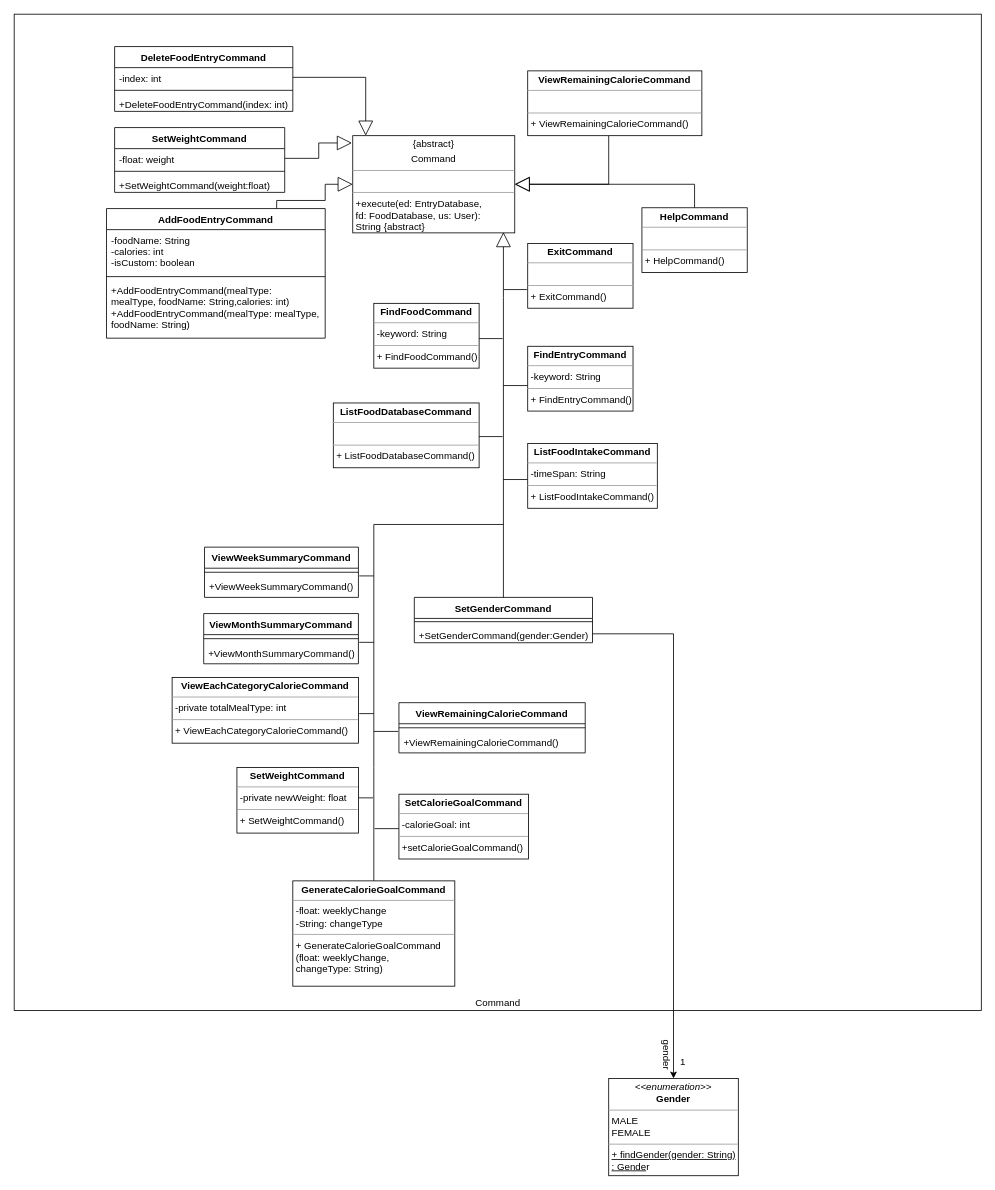
praj-bellakka/tp keeps this draw.io diagram as docs/diagrams-DG/command class diagram.drawio. Above is the earlier version. Source tidied: cells renumbered, new cells numbered last; positions are measured from the earlier drawing's top-left corner, leaving out a move shared by most shapes. Both pictures are drawn from the tidied source at 81%, with x=0, y=0 at pixel (14, 14).
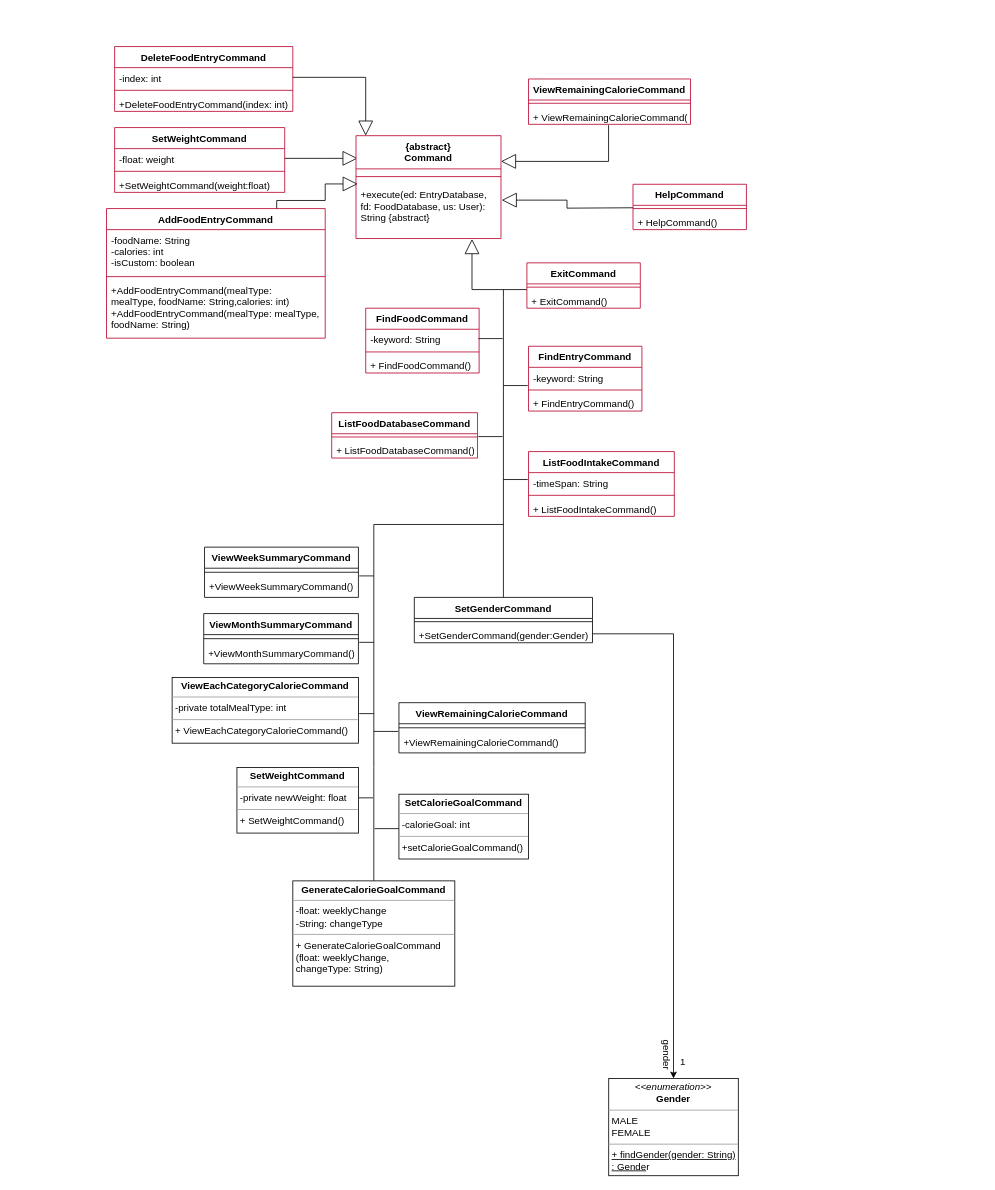
The same diagram, later.

The change refers to these unchanged cells:
```xml
<mxCell id="9" value="-index: int" style="text;strokeColor=none;fillColor=none;align=left;verticalAlign=top;spacingLeft=4;spacingRight=4;overflow=hidden;points=[[0,0.5],[1,0.5]];portConstraint=eastwest;" parent="8" vertex="1">
  <mxGeometry y="26" width="220" height="24" as="geometry" />
</mxCell>
<mxCell id="13" value="-float: weight" style="text;strokeColor=none;fillColor=none;align=left;verticalAlign=top;spacingLeft=4;spacingRight=4;overflow=hidden;points=[[0,0.5],[1,0.5]];portConstraint=eastwest;" parent="12" vertex="1">
  <mxGeometry y="26" width="210" height="24" as="geometry" />
</mxCell>
```

What changed in the source:
```diff
@@
-    <mxCell id="2" value="Command" style="html=1;verticalAlign=bottom;" parent="1" vertex="1">
-      <mxGeometry width="1194" height="1230" as="geometry" />
-    </mxCell>
-    <mxCell id="3" value="&lt;p style=&quot;margin: 0px ; margin-top: 4px ; text-align: center&quot;&gt;{abstract}&lt;/p&gt;&lt;p style=&quot;margin: 0px ; margin-top: 4px ; text-align: center&quot;&gt;Command&lt;/p&gt;&lt;hr size=&quot;1&quot;&gt;&lt;p style=&quot;margin: 0px ; margin-left: 4px&quot;&gt;&lt;br&gt;&lt;/p&gt;&lt;hr size=&quot;1&quot;&gt;&lt;p style=&quot;margin: 0px ; margin-left: 4px&quot;&gt;+execute(ed: EntryDatabase,&amp;nbsp;&lt;/p&gt;&lt;p style=&quot;margin: 0px ; margin-left: 4px&quot;&gt;&lt;span&gt;fd: FoodDatabase, us: User):&amp;nbsp;&lt;/span&gt;&lt;/p&gt;&lt;p style=&quot;margin: 0px ; margin-left: 4px&quot;&gt;&lt;span&gt;String {abstract}&amp;nbsp;&lt;/span&gt;&lt;/p&gt;" style="verticalAlign=top;align=left;overflow=fill;fontSize=12;fontFamily=Helvetica;html=1;" parent="1" vertex="1">
-      <mxGeometry x="418" y="150" width="200" height="120" as="geometry" />
-    </mxCell>
-    <mxCell id="4" value="AddFoodEntryCommand" style="swimlane;fontStyle=1;align=center;verticalAlign=top;horizontal=1;startSize=26;" parent="1" vertex="1">
+    <mxCell id="4" value="AddFoodEntryCommand" style="swimlane;fontStyle=1;align=center;verticalAlign=top;horizontal=1;startSize=26;strokeColor=#B9002B;" parent="1" vertex="1">
       <mxGeometry x="114" y="240" width="270" height="160" as="geometry" />
     </mxCell>
@@
-    <mxCell id="6" style="line;strokeWidth=1;fillColor=none;align=left;verticalAlign=middle;spacingTop=-1;spacingLeft=3;spacingRight=3;labelPosition=right;" parent="4" vertex="1">
+    <mxCell id="6" style="line;strokeWidth=1;fillColor=none;align=left;verticalAlign=middle;spacingTop=-1;spacingLeft=3;spacingRight=3;labelPosition=right;strokeColor=#B9002B;" parent="4" vertex="1">
       <mxGeometry y="80" width="270" height="8" as="geometry" />
     </mxCell>
@@
-    <mxCell id="8" value="DeleteFoodEntryCommand" style="swimlane;fontStyle=1;align=center;verticalAlign=top;horizontal=1;startSize=26;" parent="1" vertex="1">
+    <mxCell id="8" value="DeleteFoodEntryCommand" style="swimlane;fontStyle=1;align=center;verticalAlign=top;horizontal=1;startSize=26;strokeColor=#B9002B;" parent="1" vertex="1">
       <mxGeometry x="124" y="40" width="220" height="80" as="geometry" />
     </mxCell>
@@
-    <mxCell id="10" style="line;strokeWidth=1;fillColor=none;align=left;verticalAlign=middle;spacingTop=-1;spacingLeft=3;spacingRight=3;labelPosition=right;" parent="8" vertex="1">
+    <mxCell id="10" style="line;strokeWidth=1;fillColor=none;align=left;verticalAlign=middle;spacingTop=-1;spacingLeft=3;spacingRight=3;labelPosition=right;strokeColor=#B9002B;" parent="8" vertex="1">
       <mxGeometry y="50" width="220" height="8" as="geometry" />
     </mxCell>
@@
-    <mxCell id="12" value="SetWeightCommand" style="swimlane;fontStyle=1;align=center;verticalAlign=top;horizontal=1;startSize=26;" parent="1" vertex="1">
+    <mxCell id="12" value="SetWeightCommand" style="swimlane;fontStyle=1;align=center;verticalAlign=top;horizontal=1;startSize=26;strokeColor=#B9002B;" parent="1" vertex="1">
       <mxGeometry x="124" y="140" width="210" height="80" as="geometry" />
     </mxCell>
@@
-    <mxCell id="14" style="line;strokeWidth=1;fillColor=none;align=left;verticalAlign=middle;spacingTop=-1;spacingLeft=3;spacingRight=3;labelPosition=right;" parent="12" vertex="1">
+    <mxCell id="14" style="line;strokeWidth=1;fillColor=none;align=left;verticalAlign=middle;spacingTop=-1;spacingLeft=3;spacingRight=3;labelPosition=right;strokeColor=#B9002B;" parent="12" vertex="1">
       <mxGeometry y="50" width="210" height="8" as="geometry" />
     </mxCell>
@@
-    <mxCell id="20" style="endArrow=block;endSize=16;endFill=0;html=1;rounded=0;edgeStyle=orthogonalEdgeStyle;entryX=1;entryY=0.5;entryDx=0;entryDy=0;" parent="1" edge="1" target="3">
+    <mxCell id="20" style="endArrow=block;endSize=16;endFill=0;html=1;rounded=0;edgeStyle=orthogonalEdgeStyle;entryX=1;entryY=0.25;entryDx=0;entryDy=0;exitX=0.494;exitY=1.045;exitDx=0;exitDy=0;exitPerimeter=0;" parent="1" edge="1" source="66" target="61">
       <mxGeometry x="0.17" y="55" relative="1" as="geometry">
-        <mxPoint x="734" y="150" as="sourcePoint" />
         <Array as="points">
-          <mxPoint x="734" y="150" />
-          <mxPoint x="734" y="210" />
+          <mxPoint x="734" y="182" />
         </Array>
         <mxPoint x="38" y="-15" as="offset" />
       </mxGeometry>
     </mxCell>
-    <mxCell id="21" style="endArrow=block;endSize=16;endFill=0;html=1;rounded=0;edgeStyle=orthogonalEdgeStyle;" parent="1" edge="1">
+    <mxCell id="21" style="endArrow=block;endSize=16;endFill=0;html=1;rounded=0;edgeStyle=orthogonalEdgeStyle;entryX=0.8;entryY=1.009;entryDx=0;entryDy=0;entryPerimeter=0;" parent="1" edge="1" target="63">
       <mxGeometry x="0.07" y="-70" relative="1" as="geometry">
         <mxPoint x="633" y="340" as="sourcePoint" />
-        <mxPoint x="604" y="269" as="targetPoint" />
         <Array as="points">
-          <mxPoint x="633" y="340" />
-          <mxPoint x="604" y="340" />
+          <mxPoint x="565" y="340" />
         </Array>
       </mxGeometry>
     </mxCell>
-    <mxCell id="22" style="endArrow=block;endSize=16;endFill=0;html=1;rounded=0;edgeStyle=orthogonalEdgeStyle;exitX=0.5;exitY=0;exitDx=0;exitDy=0;entryX=1;entryY=0.5;entryDx=0;entryDy=0;" parent="1" edge="1" source="50" target="3">
-      <mxGeometry x="-0.81" y="-20" relative="1" as="geometry" />
+    <mxCell id="22" style="endArrow=block;endSize=16;endFill=0;html=1;rounded=0;edgeStyle=orthogonalEdgeStyle;entryX=1.005;entryY=0.292;entryDx=0;entryDy=0;entryPerimeter=0;" parent="1" edge="1" target="63">
+      <mxGeometry x="-0.81" y="-20" relative="1" as="geometry">
+        <mxPoint x="764" y="239" as="sourcePoint" />
+      </mxGeometry>
     </mxCell>
-    <mxCell id="23" style="endArrow=block;endSize=16;endFill=0;html=1;rounded=0;edgeStyle=orthogonalEdgeStyle;exitX=1;exitY=0.5;exitDx=0;exitDy=0;" parent="1" edge="1" source="9" target="3">
+    <mxCell id="23" style="endArrow=block;endSize=16;endFill=0;html=1;rounded=0;edgeStyle=orthogonalEdgeStyle;exitX=1;exitY=0.5;exitDx=0;exitDy=0;" parent="1" edge="1" source="9">
       <mxGeometry relative="1" as="geometry">
+        <mxPoint x="434" y="150" as="targetPoint" />
         <Array as="points">
           <mxPoint x="434" y="78" />
         </Array>
       </mxGeometry>
     </mxCell>
-    <mxCell id="24" style="endArrow=block;endSize=16;endFill=0;html=1;rounded=0;edgeStyle=orthogonalEdgeStyle;exitX=1;exitY=0.5;exitDx=0;exitDy=0;entryX=-0.005;entryY=0.075;entryDx=0;entryDy=0;entryPerimeter=0;" parent="1" edge="1" source="13" target="3">
-      <mxGeometry x="-0.07" y="8" relative="1" as="geometry" />
+    <mxCell id="24" style="endArrow=block;endSize=16;endFill=0;html=1;rounded=0;edgeStyle=orthogonalEdgeStyle;exitX=1;exitY=0.5;exitDx=0;exitDy=0;" parent="1" edge="1" source="13">
+      <mxGeometry x="-0.07" y="8" relative="1" as="geometry">
+        <mxPoint x="424" y="178" as="targetPoint" />
+      </mxGeometry>
     </mxCell>
-    <mxCell id="25" style="endArrow=block;endSize=16;endFill=0;html=1;rounded=0;edgeStyle=orthogonalEdgeStyle;exitX=0.778;exitY=0;exitDx=0;exitDy=0;exitPerimeter=0;entryX=0;entryY=0.5;entryDx=0;entryDy=0;" parent="1" edge="1" source="4" target="3">
+    <mxCell id="25" style="endArrow=block;endSize=16;endFill=0;html=1;rounded=0;edgeStyle=orthogonalEdgeStyle;exitX=0.778;exitY=0;exitDx=0;exitDy=0;exitPerimeter=0;entryX=0.012;entryY=-0.006;entryDx=0;entryDy=0;entryPerimeter=0;" parent="1" edge="1" source="4" target="63">
       <mxGeometry relative="1" as="geometry">
         <Array as="points">
           <mxPoint x="324" y="230" />
           <mxPoint x="384" y="230" />
           <mxPoint x="384" y="210" />
         </Array>
       </mxGeometry>
     </mxCell>
@@
-    <mxCell id="50" value="&lt;p style=&quot;margin: 0px ; margin-top: 4px ; text-align: center&quot;&gt;&lt;b&gt;HelpCommand&lt;/b&gt;&lt;/p&gt;&lt;hr size=&quot;1&quot;&gt;&lt;p style=&quot;margin: 0px ; margin-left: 4px&quot;&gt;&lt;br&gt;&lt;/p&gt;&lt;hr size=&quot;1&quot;&gt;&lt;p style=&quot;margin: 0px ; margin-left: 4px&quot;&gt;+ HelpCommand()&lt;/p&gt;" style="verticalAlign=top;align=left;overflow=fill;fontSize=12;fontFamily=Helvetica;html=1;" parent="1" vertex="1">
-      <mxGeometry x="775" y="239" width="130" height="80" as="geometry" />
-    </mxCell>
-    <mxCell id="51" value="&lt;p style=&quot;margin: 0px ; margin-top: 4px ; text-align: center&quot;&gt;&lt;b&gt;ExitCommand&lt;/b&gt;&lt;/p&gt;&lt;hr size=&quot;1&quot;&gt;&lt;p style=&quot;margin: 0px ; margin-left: 4px&quot;&gt;&lt;br&gt;&lt;/p&gt;&lt;hr size=&quot;1&quot;&gt;&lt;p style=&quot;margin: 0px ; margin-left: 4px&quot;&gt;+ ExitCommand()&lt;/p&gt;" style="verticalAlign=top;align=left;overflow=fill;fontSize=12;fontFamily=Helvetica;html=1;" parent="1" vertex="1">
-      <mxGeometry x="634" y="283" width="130" height="80" as="geometry" />
-    </mxCell>
-    <mxCell id="52" value="&lt;p style=&quot;margin: 0px ; margin-top: 4px ; text-align: center&quot;&gt;&lt;b&gt;FindFoodCommand&lt;/b&gt;&lt;/p&gt;&lt;hr size=&quot;1&quot;&gt;&lt;p style=&quot;margin: 0px ; margin-left: 4px&quot;&gt;-keyword: String&lt;br&gt;&lt;/p&gt;&lt;hr size=&quot;1&quot;&gt;&lt;p style=&quot;margin: 0px ; margin-left: 4px&quot;&gt;+ FindFoodCommand()&lt;/p&gt;" style="verticalAlign=top;align=left;overflow=fill;fontSize=12;fontFamily=Helvetica;html=1;" parent="1" vertex="1">
-      <mxGeometry x="444" y="357" width="130" height="80" as="geometry" />
-    </mxCell>
-    <mxCell id="53" value="&lt;p style=&quot;margin: 0px ; margin-top: 4px ; text-align: center&quot;&gt;&lt;b&gt;FindEntryCommand&lt;/b&gt;&lt;/p&gt;&lt;hr size=&quot;1&quot;&gt;&lt;p style=&quot;margin: 0px ; margin-left: 4px&quot;&gt;-keyword: String&lt;br&gt;&lt;/p&gt;&lt;hr size=&quot;1&quot;&gt;&lt;p style=&quot;margin: 0px ; margin-left: 4px&quot;&gt;+ FindEntryCommand()&lt;/p&gt;" style="verticalAlign=top;align=left;overflow=fill;fontSize=12;fontFamily=Helvetica;html=1;" parent="1" vertex="1">
-      <mxGeometry x="634" y="410" width="130" height="80" as="geometry" />
-    </mxCell>
-    <mxCell id="54" value="&lt;p style=&quot;margin: 0px ; margin-top: 4px ; text-align: center&quot;&gt;&lt;span style=&quot;font-weight: 700&quot;&gt;ListFoodDatabaseCommand&lt;/span&gt;&lt;br&gt;&lt;/p&gt;&lt;hr size=&quot;1&quot;&gt;&lt;p style=&quot;margin: 0px ; margin-left: 4px&quot;&gt;&lt;br&gt;&lt;/p&gt;&lt;hr size=&quot;1&quot;&gt;&lt;p style=&quot;margin: 0px ; margin-left: 4px&quot;&gt;+ ListFoodDatabaseCommand()&lt;/p&gt;" style="verticalAlign=top;align=left;overflow=fill;fontSize=12;fontFamily=Helvetica;html=1;" parent="1" vertex="1">
-      <mxGeometry x="394" y="480" width="180" height="80" as="geometry" />
-    </mxCell>
-    <mxCell id="55" value="&lt;p style=&quot;margin: 0px ; margin-top: 4px ; text-align: center&quot;&gt;&lt;span style=&quot;font-weight: 700&quot;&gt;ListFoodIntakeCommand&lt;/span&gt;&lt;br&gt;&lt;/p&gt;&lt;hr size=&quot;1&quot;&gt;&lt;p style=&quot;margin: 0px ; margin-left: 4px&quot;&gt;-timeSpan: String&lt;br&gt;&lt;/p&gt;&lt;hr size=&quot;1&quot;&gt;&lt;p style=&quot;margin: 0px ; margin-left: 4px&quot;&gt;+ ListFoodIntakeCommand()&lt;/p&gt;" style="verticalAlign=top;align=left;overflow=fill;fontSize=12;fontFamily=Helvetica;html=1;" parent="1" vertex="1">
-      <mxGeometry x="634" y="530" width="160" height="80" as="geometry" />
-    </mxCell>
@@
-    <mxCell id="57" value="&lt;p style=&quot;margin: 0px ; margin-top: 4px ; text-align: center&quot;&gt;&lt;span style=&quot;font-weight: 700&quot;&gt;ViewRemainingCalorieCommand&lt;/span&gt;&lt;br&gt;&lt;/p&gt;&lt;hr size=&quot;1&quot;&gt;&lt;p style=&quot;margin: 0px ; margin-left: 4px&quot;&gt;&lt;br&gt;&lt;/p&gt;&lt;hr size=&quot;1&quot;&gt;&lt;p style=&quot;margin: 0px ; margin-left: 4px&quot;&gt;+ ViewRemainingCalorieCommand()&lt;/p&gt;" style="verticalAlign=top;align=left;overflow=fill;fontSize=12;fontFamily=Helvetica;html=1;" parent="1" vertex="1">
-      <mxGeometry x="634" y="70" width="215" height="80" as="geometry" />
-    </mxCell>
@@
+    <mxCell id="61" value="{abstract}&#10;Command" style="swimlane;fontStyle=1;align=center;verticalAlign=top;horizontal=1;startSize=41;strokeColor=#B9002B;" parent="1" vertex="1">
+      <mxGeometry x="422" y="150" width="179" height="127" as="geometry" />
+    </mxCell>
+    <mxCell id="62" style="line;strokeWidth=1;fillColor=none;align=left;verticalAlign=middle;spacingTop=-1;spacingLeft=3;spacingRight=3;labelPosition=right;strokeColor=#B9002B;" parent="61" vertex="1">
+      <mxGeometry y="41" width="179" height="19" as="geometry" />
+    </mxCell>
+    <mxCell id="63" value="+execute(ed: EntryDatabase, &#10;fd: FoodDatabase, us: User): &#10;String {abstract} " style="text;strokeColor=none;fillColor=none;align=left;verticalAlign=top;spacingLeft=4;spacingRight=4;overflow=hidden;points=[[0,0.5],[1,0.5]];portConstraint=eastwest;" parent="61" vertex="1">
+      <mxGeometry y="60" width="179" height="67" as="geometry" />
+    </mxCell>
+    <mxCell id="64" value="ViewRemainingCalorieCommand" style="swimlane;fontStyle=1;align=center;verticalAlign=top;horizontal=1;startSize=26;strokeColor=#B9002B;" parent="1" vertex="1">
+      <mxGeometry x="635" y="80" width="200" height="56" as="geometry" />
+    </mxCell>
+    <mxCell id="65" style="line;strokeWidth=1;fillColor=none;align=left;verticalAlign=middle;spacingTop=-1;spacingLeft=3;spacingRight=3;labelPosition=right;strokeColor=#B9002B;" parent="64" vertex="1">
+      <mxGeometry y="26" width="200" height="8" as="geometry" />
+    </mxCell>
+    <mxCell id="66" value="+ ViewRemainingCalorieCommand()" style="text;strokeColor=none;fillColor=none;align=left;verticalAlign=top;spacingLeft=4;spacingRight=4;overflow=hidden;points=[[0,0.5],[1,0.5]];portConstraint=eastwest;" parent="64" vertex="1">
+      <mxGeometry y="34" width="200" height="22" as="geometry" />
+    </mxCell>
+    <mxCell id="67" value="FindFoodCommand" style="swimlane;fontStyle=1;align=center;verticalAlign=top;horizontal=1;startSize=26;strokeColor=#B9002B;" parent="1" vertex="1">
+      <mxGeometry x="434" y="363" width="140" height="80" as="geometry" />
+    </mxCell>
+    <mxCell id="68" value="-keyword: String" style="text;strokeColor=none;fillColor=none;align=left;verticalAlign=top;spacingLeft=4;spacingRight=4;overflow=hidden;" parent="67" vertex="1">
+      <mxGeometry y="26" width="140" height="24" as="geometry" />
+    </mxCell>
+    <mxCell id="69" style="line;strokeWidth=1;fillColor=none;align=left;verticalAlign=middle;spacingTop=-1;spacingLeft=3;spacingRight=3;labelPosition=right;strokeColor=#B9002B;" parent="67" vertex="1">
+      <mxGeometry y="50" width="140" height="8" as="geometry" />
+    </mxCell>
+    <mxCell id="70" value="+ FindFoodCommand()" style="text;strokeColor=none;fillColor=none;align=left;verticalAlign=top;spacingLeft=4;spacingRight=4;overflow=hidden;" parent="67" vertex="1">
+      <mxGeometry y="58" width="140" height="22" as="geometry" />
+    </mxCell>
+    <mxCell id="71" value="HelpCommand" style="swimlane;fontStyle=1;align=center;verticalAlign=top;horizontal=1;startSize=26;strokeColor=#B9002B;" parent="1" vertex="1">
+      <mxGeometry x="764" y="210" width="140" height="56" as="geometry" />
+    </mxCell>
+    <mxCell id="72" style="line;strokeWidth=1;fillColor=none;align=left;verticalAlign=middle;spacingTop=-1;spacingLeft=3;spacingRight=3;labelPosition=right;strokeColor=#B9002B;" parent="71" vertex="1">
+      <mxGeometry y="26" width="140" height="8" as="geometry" />
+    </mxCell>
+    <mxCell id="73" value="+ HelpCommand()" style="text;strokeColor=none;fillColor=none;align=left;verticalAlign=top;spacingLeft=4;spacingRight=4;overflow=hidden;" parent="71" vertex="1">
+      <mxGeometry y="34" width="140" height="22" as="geometry" />
+    </mxCell>
+    <mxCell id="74" value="ExitCommand" style="swimlane;fontStyle=1;align=center;verticalAlign=top;horizontal=1;startSize=26;strokeColor=#B9002B;" parent="1" vertex="1">
+      <mxGeometry x="633" y="307" width="140" height="56" as="geometry" />
+    </mxCell>
+    <mxCell id="75" style="line;strokeWidth=1;fillColor=none;align=left;verticalAlign=middle;spacingTop=-1;spacingLeft=3;spacingRight=3;labelPosition=right;strokeColor=#B9002B;" parent="74" vertex="1">
+      <mxGeometry y="26" width="140" height="8" as="geometry" />
+    </mxCell>
+    <mxCell id="76" value="+ ExitCommand()" style="text;strokeColor=none;fillColor=none;align=left;verticalAlign=top;spacingLeft=4;spacingRight=4;overflow=hidden;" parent="74" vertex="1">
+      <mxGeometry y="34" width="140" height="22" as="geometry" />
+    </mxCell>
+    <mxCell id="77" value="FindEntryCommand" style="swimlane;fontStyle=1;align=center;verticalAlign=top;horizontal=1;startSize=26;strokeColor=#B9002B;" parent="1" vertex="1">
+      <mxGeometry x="635" y="410" width="140" height="80" as="geometry" />
+    </mxCell>
+    <mxCell id="78" value="-keyword: String" style="text;strokeColor=none;fillColor=none;align=left;verticalAlign=top;spacingLeft=4;spacingRight=4;overflow=hidden;" parent="77" vertex="1">
+      <mxGeometry y="26" width="140" height="24" as="geometry" />
+    </mxCell>
+    <mxCell id="79" style="line;strokeWidth=1;fillColor=none;align=left;verticalAlign=middle;spacingTop=-1;spacingLeft=3;spacingRight=3;labelPosition=right;strokeColor=#B9002B;" parent="77" vertex="1">
+      <mxGeometry y="50" width="140" height="8" as="geometry" />
+    </mxCell>
+    <mxCell id="80" value="+ FindEntryCommand()" style="text;strokeColor=none;fillColor=none;align=left;verticalAlign=top;spacingLeft=4;spacingRight=4;overflow=hidden;" parent="77" vertex="1">
+      <mxGeometry y="58" width="140" height="22" as="geometry" />
+    </mxCell>
+    <mxCell id="81" value="ListFoodIntakeCommand" style="swimlane;fontStyle=1;align=center;verticalAlign=top;horizontal=1;startSize=26;strokeColor=#B9002B;" parent="1" vertex="1">
+      <mxGeometry x="635" y="540" width="180" height="80" as="geometry" />
+    </mxCell>
+    <mxCell id="82" value="-timeSpan: String" style="text;strokeColor=none;fillColor=none;align=left;verticalAlign=top;spacingLeft=4;spacingRight=4;overflow=hidden;" parent="81" vertex="1">
+      <mxGeometry y="26" width="180" height="24" as="geometry" />
+    </mxCell>
+    <mxCell id="83" style="line;strokeWidth=1;fillColor=none;align=left;verticalAlign=middle;spacingTop=-1;spacingLeft=3;spacingRight=3;labelPosition=right;strokeColor=#B9002B;" parent="81" vertex="1">
+      <mxGeometry y="50" width="180" height="8" as="geometry" />
+    </mxCell>
+    <mxCell id="84" value="+ ListFoodIntakeCommand()" style="text;strokeColor=none;fillColor=none;align=left;verticalAlign=top;spacingLeft=4;spacingRight=4;overflow=hidden;" parent="81" vertex="1">
+      <mxGeometry y="58" width="180" height="22" as="geometry" />
+    </mxCell>
+    <mxCell id="85" value="ListFoodDatabaseCommand" style="swimlane;fontStyle=1;align=center;verticalAlign=top;horizontal=1;startSize=26;strokeColor=#B9002B;" parent="1" vertex="1">
+      <mxGeometry x="392" y="492" width="180" height="56" as="geometry" />
+    </mxCell>
+    <mxCell id="86" style="line;strokeWidth=1;fillColor=none;align=left;verticalAlign=middle;spacingTop=-1;spacingLeft=3;spacingRight=3;labelPosition=right;strokeColor=#B9002B;" parent="85" vertex="1">
+      <mxGeometry y="26" width="180" height="8" as="geometry" />
+    </mxCell>
+    <mxCell id="87" value="+ ListFoodDatabaseCommand()" style="text;strokeColor=none;fillColor=none;align=left;verticalAlign=top;spacingLeft=4;spacingRight=4;overflow=hidden;" parent="85" vertex="1">
+      <mxGeometry y="34" width="180" height="22" as="geometry" />
+    </mxCell>
```
